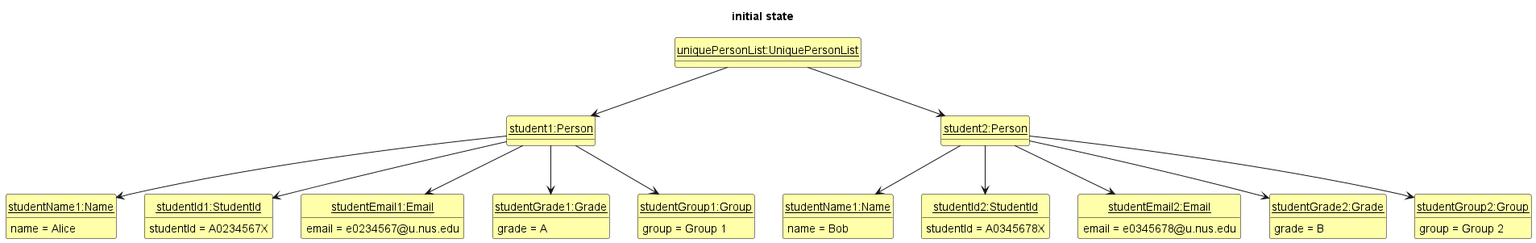
This is docs/images/AddState1.png from willowisp01/tp, a PlantUML export, as it was before one commit.
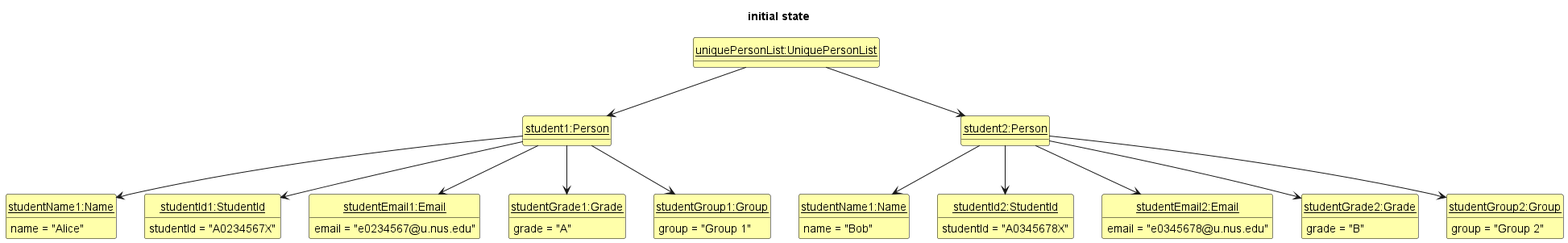
The same diagram one commit later.

Commit message:
Update the AddState diagrams in DG

The edit, as a diff of the source:
```diff
@@ -12,34 +12,34 @@
 class student1 as "<u>student1:Person</u>" {}
 class student2 as "<u>student2:Person</u>" {}
 class studentName1 as "<u>studentName1:Name</u>" {
-    name = Alice
+    name = "Alice"
 }
 class studentName2 as "<u>studentName1:Name</u>" {
-    name = Bob
+    name = "Bob"
 }
 class studentId1 as "<u>studentId1:StudentId</u>" {
-    studentId = A0234567X
+    studentId = "A0234567X"
 }
 class studentId2 as "<u>studentId2:StudentId</u>" {
-    studentId = A0345678X
+    studentId = "A0345678X"
 }
 class studentEmail1 as "<u>studentEmail1:Email</u>" {
-    email = e0234567@u.nus.edu
+    email = "e0234567@u.nus.edu"
 }
 class studentEmail2 as "<u>studentEmail2:Email</u>" {
-    email = e0345678@u.nus.edu
+    email = "e0345678@u.nus.edu"
 }
 class studentGrade1 as "<u>studentGrade1:Grade</u>" {
-    grade = A
+    grade = "A"
 }
 class studentGrade2 as "<u>studentGrade2:Grade</u>" {
-    grade = B
+    grade = "B"
 }
 class studentGroup1 as "<u>studentGroup1:Group</u>" {
-    group = Group 1
+    group = "Group 1"
 }
 class studentGroup2 as "<u>studentGroup2:Group</u>" {
-    group = Group 2
+    group = "Group 2"
 }
 student1 -[hidden]right-> student2
 
```
